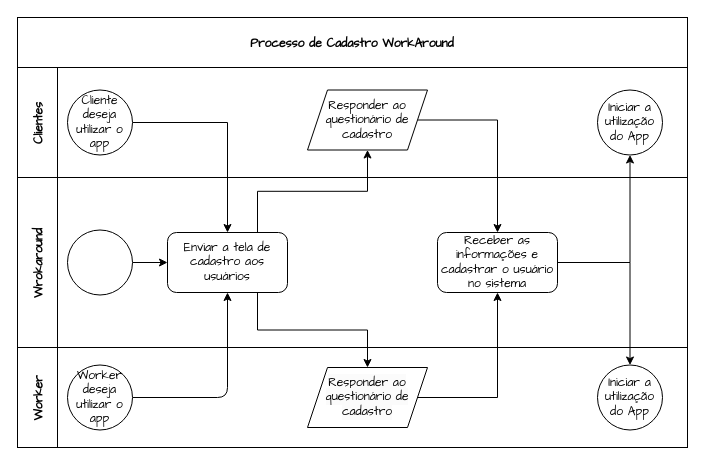
The draw.io diagram flowchart/Fluxograma.drawio in vichelly/WorkAround_B2C, before the edit. Source tidied: cells renumbered, new cells numbered last; positions are measured from the earlier drawing's top-left corner, leaving out a move shared by most shapes. Both pictures are drawn from the tidied source at 100%, with x=0, y=0 at pixel (17, 17).
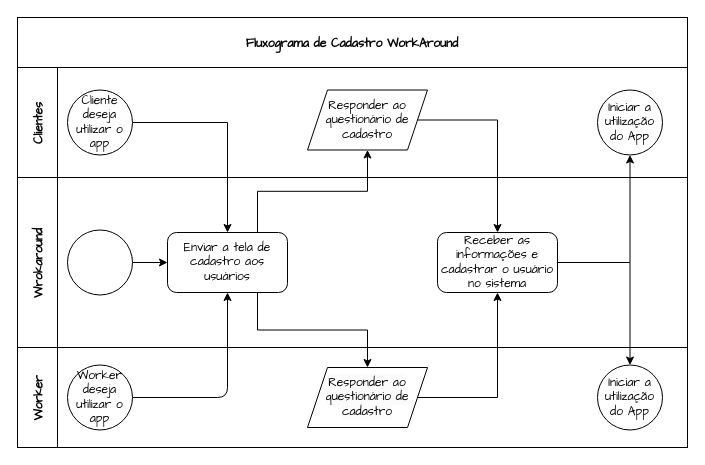
Above is the later version.

Diff of the diagram source:
```diff
@@
-    <mxCell id="8" value="Processo de Cadastro WorkAround" style="rounded=0;fillColor=none;fontStyle=1;fontFamily=Comic Sans MS;" parent="1" vertex="1">
+    <mxCell id="8" value="Fluxograma de Cadastro WorkAround" style="rounded=0;fillColor=none;fontStyle=1;fontFamily=Comic Sans MS;" parent="1" vertex="1">
       <mxGeometry width="670" height="50" as="geometry" />
     </mxCell>
```
